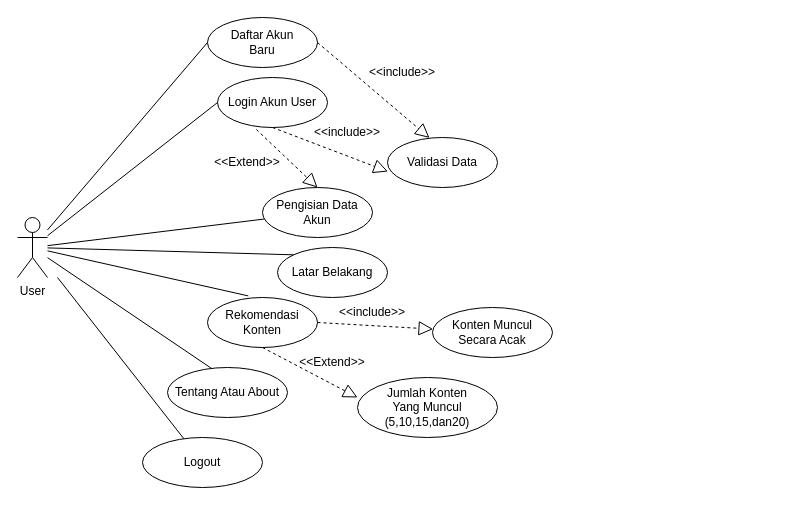
Before: Use case.drawio in abdraiin/Sistem-Rekomendasi-Konten, a draw.io diagram. Source tidied: cells renumbered, new cells numbered last; positions are measured from the earlier drawing's top-left corner, leaving out a move shared by most shapes. Both pictures are drawn from the tidied source at 100%, with x=0, y=0 at pixel (17, 17).
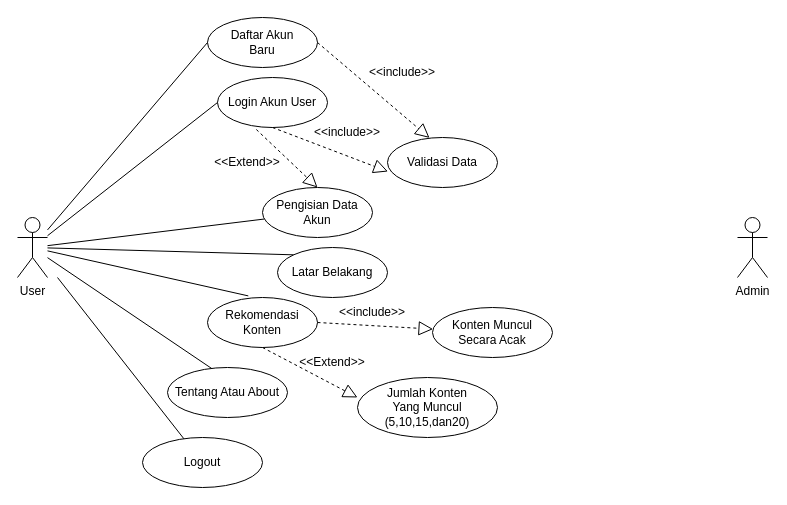
Above is the later version.

What changed in the source:
```diff
@@
+    <mxCell id="30" value="Admin" style="shape=umlActor;verticalLabelPosition=bottom;verticalAlign=top;html=1;" parent="1" vertex="1">
+      <mxGeometry x="720" y="200" width="30" height="60" as="geometry" />
+    </mxCell>
```
